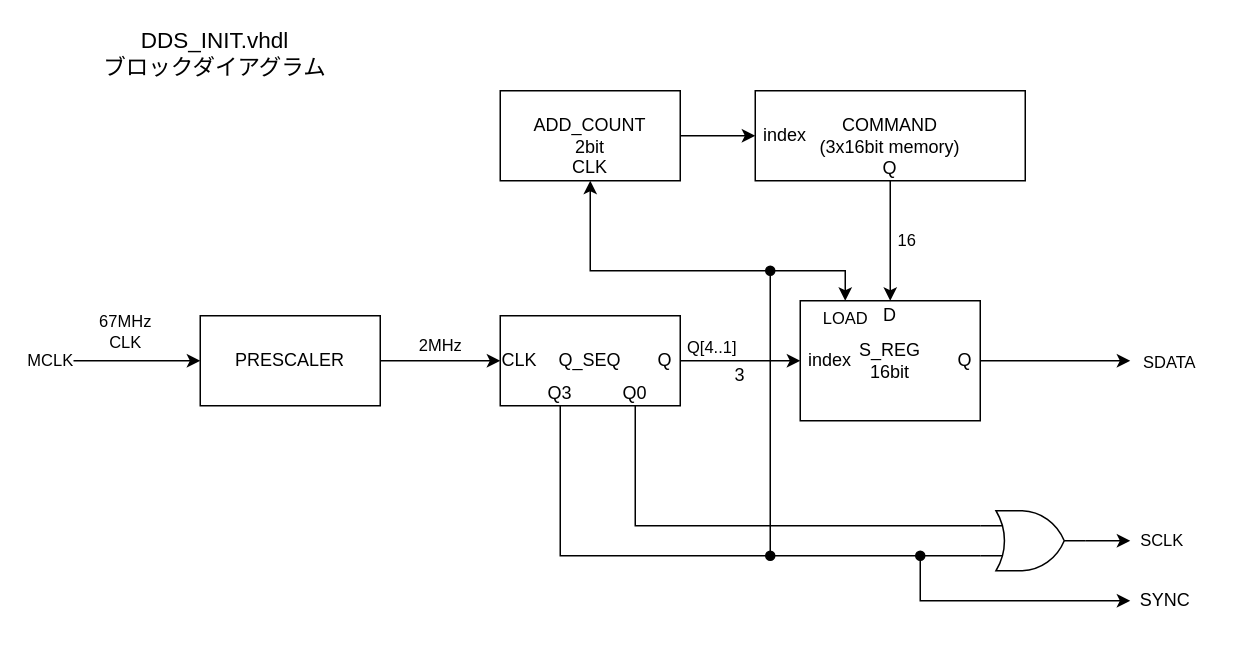
The draw.io diagram figures/HDL_DDS_INIT.drawio in mm011106/CalCoilDriver, before the edit. Source tidied: cells renumbered, new cells numbered last; positions are measured from the earlier drawing's top-left corner, leaving out a move shared by most shapes. Both pictures are drawn from the tidied source at 150%, with x=0, y=0 at pixel (50, 30).
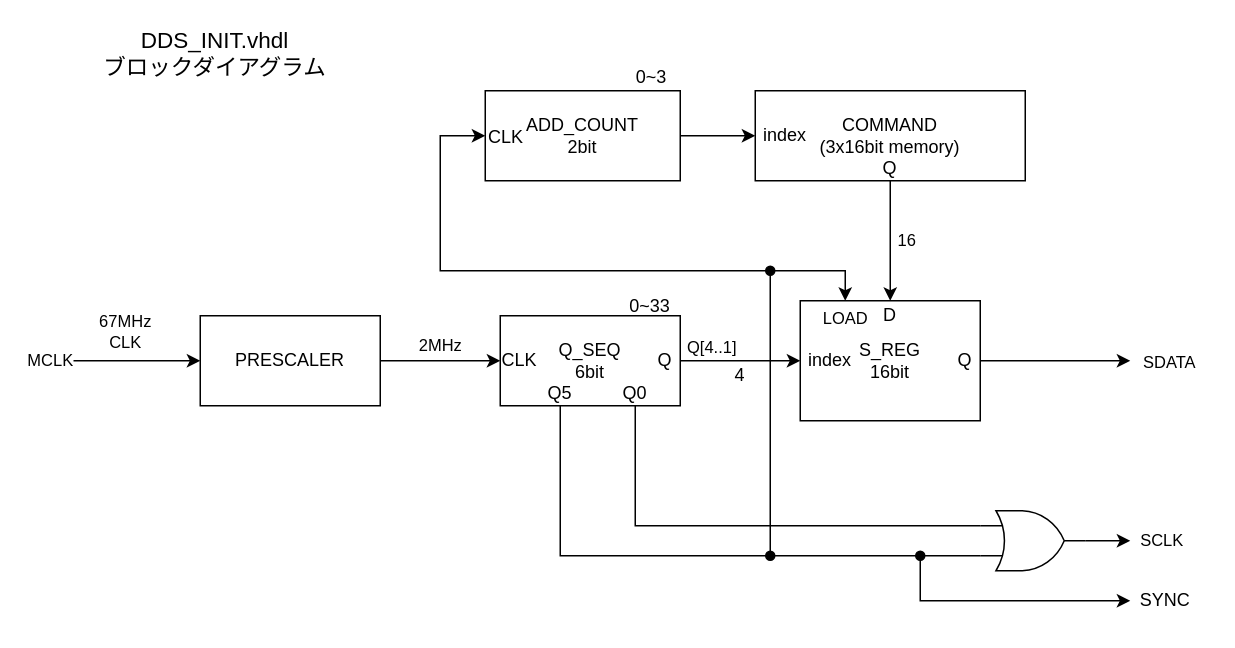
After the change.

Commit message:
HDL_DDS_INIT.drawio を更新します

What changed in the source:
```diff
@@
-    <mxCell id="10" value="Q_SEQ" style="rounded=0;whiteSpace=wrap;html=1;" parent="1" vertex="1">
+    <mxCell id="10" value="Q_SEQ&lt;div&gt;6bit&lt;/div&gt;" style="rounded=0;whiteSpace=wrap;html=1;" parent="1" vertex="1">
       <mxGeometry x="300" y="190" width="120" height="60" as="geometry" />
     </mxCell>
@@
-    <mxCell id="19" value="3" style="text;html=1;align=center;verticalAlign=middle;whiteSpace=wrap;rounded=0;" parent="1" vertex="1">
+    <mxCell id="19" value="4" style="text;html=1;align=center;verticalAlign=middle;whiteSpace=wrap;rounded=0;" parent="1" vertex="1">
       <mxGeometry x="430" y="215" width="60" height="30" as="geometry" />
     </mxCell>
@@
-    <mxCell id="27" value="Q3" style="text;html=1;align=center;verticalAlign=middle;whiteSpace=wrap;rounded=0;" parent="1" vertex="1">
+    <mxCell id="27" value="Q5" style="text;html=1;align=center;verticalAlign=middle;whiteSpace=wrap;rounded=0;" parent="1" vertex="1">
       <mxGeometry x="330" y="237" width="20" height="10" as="geometry" />
     </mxCell>
@@
-    <mxCell id="35" style="edgeStyle=orthogonalEdgeStyle;rounded=0;jettySize=auto;html=1;exitX=0.5;exitY=1;exitDx=0;exitDy=0;endArrow=none;endFill=0;startArrow=classic;startFill=1;" parent="1" edge="1" source="36">
+    <mxCell id="35" style="edgeStyle=orthogonalEdgeStyle;rounded=0;jettySize=auto;html=1;endArrow=none;endFill=0;startArrow=classic;startFill=1;" parent="1" edge="1" source="36">
       <mxGeometry relative="1" as="geometry">
         <mxPoint x="480" y="160" as="targetPoint" />
         <Array as="points">
-          <mxPoint x="360" y="160" />
+          <mxPoint x="260" y="70" />
+          <mxPoint x="260" y="160" />
         </Array>
       </mxGeometry>
     </mxCell>
-    <mxCell id="36" value="ADD_COUNT&lt;br&gt;2bit" style="rounded=0;whiteSpace=wrap;html=1;" parent="1" vertex="1">
-      <mxGeometry x="300" y="40" width="120" height="60" as="geometry" />
+    <mxCell id="36" value="ADD_COUNT&lt;br&gt;2bit" style="rounded=0;whiteSpace=wrap;html=1;labelPosition=center;verticalLabelPosition=middle;align=center;verticalAlign=middle;" parent="1" vertex="1">
+      <mxGeometry x="290" y="40" width="130" height="60" as="geometry" />
     </mxCell>
@@
     <mxCell id="42" value="CLK" style="text;html=1;align=center;verticalAlign=middle;whiteSpace=wrap;rounded=0;" parent="1" vertex="1">
-      <mxGeometry x="330" y="76" width="60" height="30" as="geometry" />
+      <mxGeometry x="274" y="56" width="60" height="30" as="geometry" />
     </mxCell>
@@
+    <mxCell id="44" value="0~3" style="text;html=1;align=center;verticalAlign=middle;whiteSpace=wrap;rounded=0;" parent="1" vertex="1">
+      <mxGeometry x="371" y="16" width="60" height="30" as="geometry" />
+    </mxCell>
+    <mxCell id="45" value="0~33" style="text;html=1;align=center;verticalAlign=middle;whiteSpace=wrap;rounded=0;" parent="1" vertex="1">
+      <mxGeometry x="370" y="169" width="60" height="30" as="geometry" />
+    </mxCell>
```
